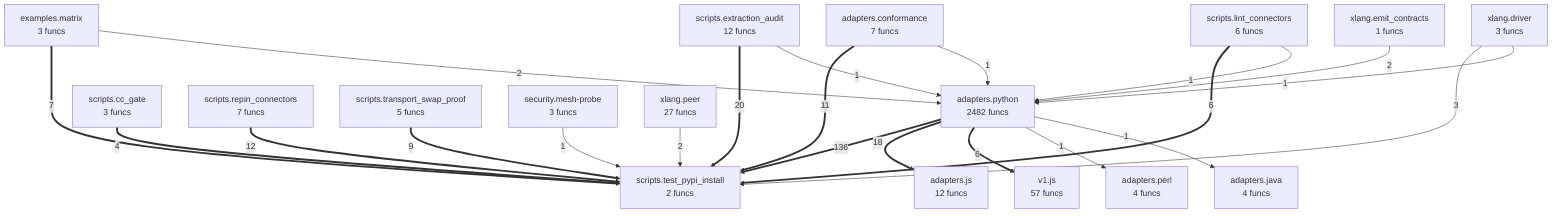
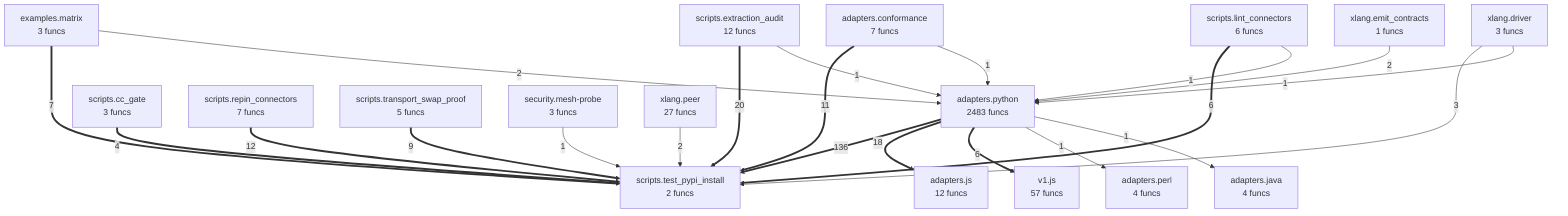
flowchart TD
- %% generated in 0.07s
+ %% generated in 0.08s
    adapters__conformance["adapters.conformance<br/>7 funcs"]
    adapters__java["adapters.java<br/>4 funcs"]
    adapters__js["adapters.js<br/>12 funcs"]
    adapters__perl["adapters.perl<br/>4 funcs"]
-     adapters__python["adapters.python<br/>2482 funcs"]
+     adapters__python["adapters.python<br/>2483 funcs"]
    examples__matrix["examples.matrix<br/>3 funcs"]
    scripts__cc_gate["scripts.cc_gate<br/>3 funcs"]
    scripts__extraction_audit["scripts.extraction_audit<br/>12 funcs"]
    scripts__lint_connectors["scripts.lint_connectors<br/>6 funcs"]
    scripts__repin_connectors["scripts.repin_connectors<br/>7 funcs"]
    scripts__test_pypi_install["scripts.test_pypi_install<br/>2 funcs"]
    scripts__transport_swap_proof["scripts.transport_swap_proof<br/>5 funcs"]
    security__mesh_probe["security.mesh-probe<br/>3 funcs"]
    v1__js["v1.js<br/>57 funcs"]
    xlang__driver["xlang.driver<br/>3 funcs"]
    xlang__emit_contracts["xlang.emit_contracts<br/>1 funcs"]
    xlang__peer["xlang.peer<br/>27 funcs"]
    adapters__python ==>|136| scripts__test_pypi_install
    scripts__extraction_audit ==>|20| scripts__test_pypi_install
    adapters__python ==>|18| adapters__js
    scripts__repin_connectors ==>|12| scripts__test_pypi_install
    adapters__conformance ==>|11| scripts__test_pypi_install
    scripts__transport_swap_proof ==>|9| scripts__test_pypi_install
    examples__matrix ==>|7| scripts__test_pypi_install
    scripts__lint_connectors ==>|6| scripts__test_pypi_install
    adapters__python ==>|6| v1__js
    scripts__cc_gate ==>|4| scripts__test_pypi_install
    xlang__driver -->|3| scripts__test_pypi_install
    examples__matrix -->|2| adapters__python
    xlang__emit_contracts -->|2| adapters__python
    xlang__peer -->|2| scripts__test_pypi_install
    security__mesh_probe -->|1| scripts__test_pypi_install
    scripts__lint_connectors -->|1| adapters__python
    scripts__extraction_audit -->|1| adapters__python
    adapters__conformance -->|1| adapters__python
    adapters__python -->|1| adapters__perl
    adapters__python -->|1| adapters__java
    xlang__driver -->|1| adapters__python
